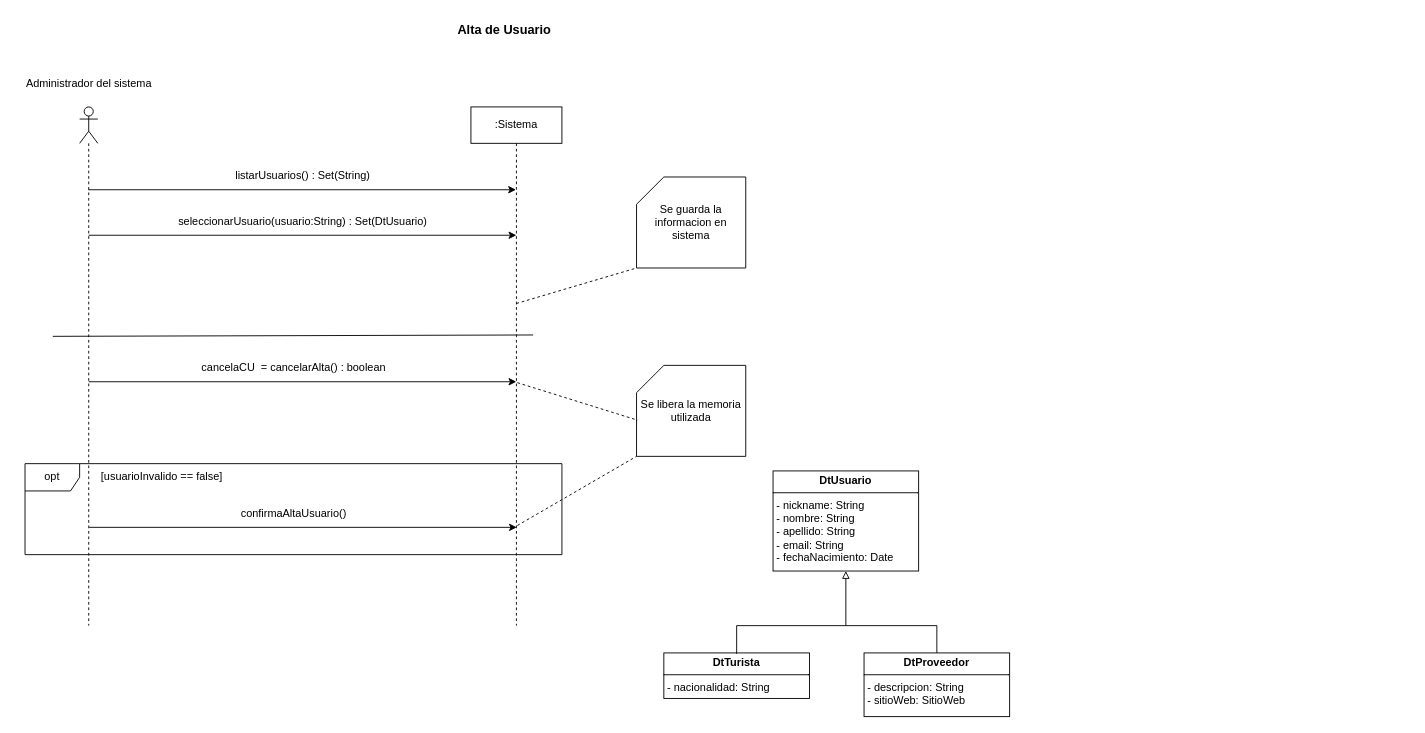
Before: page "CU2_ConsultaUsuario" (3 of 8) of resources/Tarea1.drawio in rofernandezm/Tencnoinf_Pap2025_Tarea1, a draw.io diagram. Source tidied: cells renumbered, new cells numbered last; positions are measured from the earlier drawing's top-left corner, leaving out a move shared by most shapes. Both pictures are drawn from the tidied source at 91%, with x=0, y=0 at pixel (15, 15).
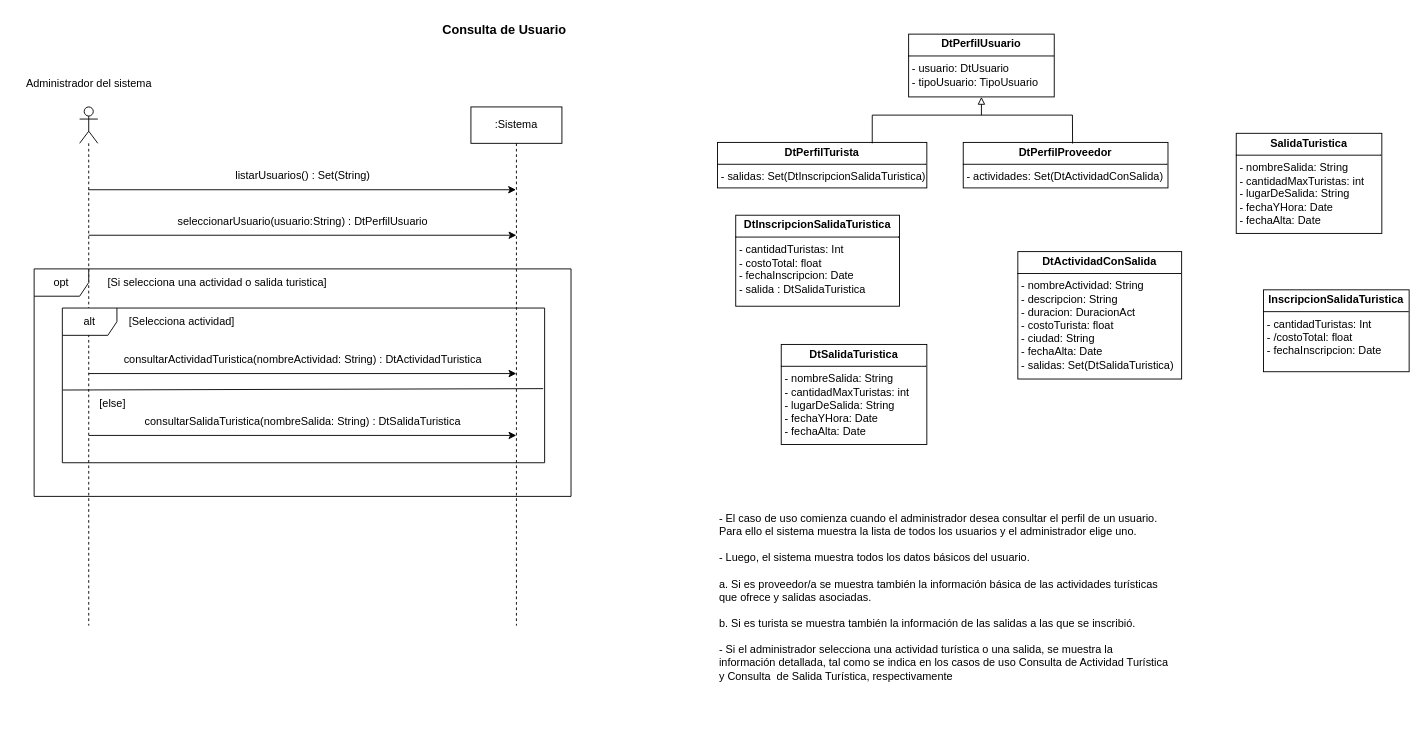
The same page after the edit.

The edit, as a diff of the source:
```diff
@@
-    <mxCell id="5" value="Alta de Usuario" style="text;html=1;align=center;verticalAlign=middle;whiteSpace=wrap;rounded=0;fontStyle=1;fontSize=14;" parent="1" vertex="1">
+    <mxCell id="5" value="Consulta de Usuario" style="text;html=1;align=center;verticalAlign=middle;whiteSpace=wrap;rounded=0;fontStyle=1;fontSize=14;" parent="1" vertex="1">
       <mxGeometry x="452" width="170" height="30" as="geometry" />
     </mxCell>
-    <mxCell id="6" value="&lt;p style=&quot;margin:0px;margin-top:4px;text-align:center;&quot;&gt;&lt;b&gt;DtUsuario&lt;/b&gt;&lt;/p&gt;&lt;hr size=&quot;1&quot; style=&quot;border-style:solid;&quot;&gt;&lt;p style=&quot;margin:0px;margin-left:4px;&quot;&gt;- nickname: String&lt;/p&gt;&lt;p style=&quot;margin:0px;margin-left:4px;&quot;&gt;- nombre: String&lt;/p&gt;&lt;p style=&quot;margin:0px;margin-left:4px;&quot;&gt;- apellido: String&lt;/p&gt;&lt;p style=&quot;margin:0px;margin-left:4px;&quot;&gt;- email: String&lt;/p&gt;&lt;p style=&quot;margin:0px;margin-left:4px;&quot;&gt;- fechaNacimiento: Date&lt;/p&gt;" style="verticalAlign=top;align=left;overflow=fill;html=1;whiteSpace=wrap;" parent="1" vertex="1">
-      <mxGeometry x="832" y="500" width="160" height="110" as="geometry" />
+    <mxCell id="6" value="&lt;p style=&quot;margin:0px;margin-top:4px;text-align:center;&quot;&gt;&lt;b&gt;DtPerfilUsuario&lt;/b&gt;&lt;/p&gt;&lt;hr size=&quot;1&quot; style=&quot;border-style:solid;&quot;&gt;&lt;p style=&quot;margin:0px;margin-left:4px;&quot;&gt;- usuario: DtUsuario&lt;/p&gt;&lt;p style=&quot;margin:0px;margin-left:4px;&quot;&gt;- tipoUsuario: TipoUsuario&lt;/p&gt;" style="verticalAlign=top;align=left;overflow=fill;html=1;whiteSpace=wrap;" parent="1" vertex="1">
+      <mxGeometry x="981" y="20" width="160" height="69" as="geometry" />
     </mxCell>
-    <mxCell id="7" value="&lt;p style=&quot;margin:0px;margin-top:4px;text-align:center;&quot;&gt;&lt;b&gt;DtTurista&lt;/b&gt;&lt;/p&gt;&lt;hr size=&quot;1&quot; style=&quot;border-style:solid;&quot;&gt;&lt;p style=&quot;margin:0px;margin-left:4px;&quot;&gt;- nacionalidad: String&lt;/p&gt;" style="verticalAlign=top;align=left;overflow=fill;html=1;whiteSpace=wrap;" parent="1" vertex="1">
-      <mxGeometry x="712" y="700" width="160" height="50" as="geometry" />
+    <mxCell id="7" value="&lt;p style=&quot;margin:0px;margin-top:4px;text-align:center;&quot;&gt;&lt;b&gt;DtPerfilTurista&lt;/b&gt;&lt;/p&gt;&lt;hr size=&quot;1&quot; style=&quot;border-style:solid;&quot;&gt;&lt;p style=&quot;margin:0px;margin-left:4px;&quot;&gt;- salidas: Set(DtInscripcionSalidaTuristica)&lt;/p&gt;" style="verticalAlign=top;align=left;overflow=fill;html=1;whiteSpace=wrap;" parent="1" vertex="1">
+      <mxGeometry x="771" y="139" width="230" height="50" as="geometry" />
     </mxCell>
-    <mxCell id="8" value="&lt;p style=&quot;margin:0px;margin-top:4px;text-align:center;&quot;&gt;&lt;b&gt;DtProveedor&lt;/b&gt;&lt;/p&gt;&lt;hr size=&quot;1&quot; style=&quot;border-style:solid;&quot;&gt;&lt;p style=&quot;margin:0px;margin-left:4px;&quot;&gt;- descripcion: String&lt;/p&gt;&lt;p style=&quot;margin:0px;margin-left:4px;&quot;&gt;- sitioWeb: SitioWeb&lt;/p&gt;" style="verticalAlign=top;align=left;overflow=fill;html=1;whiteSpace=wrap;" parent="1" vertex="1">
-      <mxGeometry x="932" y="700" width="160" height="70" as="geometry" />
+    <mxCell id="8" value="&lt;p style=&quot;margin:0px;margin-top:4px;text-align:center;&quot;&gt;&lt;b&gt;DtPerfilProveedor&lt;/b&gt;&lt;/p&gt;&lt;hr size=&quot;1&quot; style=&quot;border-style:solid;&quot;&gt;&lt;p style=&quot;margin:0px;margin-left:4px;&quot;&gt;- actividades: Set(DtActividadConSalida)&lt;/p&gt;" style="verticalAlign=top;align=left;overflow=fill;html=1;whiteSpace=wrap;" parent="1" vertex="1">
+      <mxGeometry x="1041" y="139" width="225" height="50" as="geometry" />
     </mxCell>
-    <mxCell id="9" style="endArrow=none;html=1;rounded=0;entryX=0.5;entryY=0;entryDx=0;entryDy=0;" parent="1" edge="1" target="8">
+    <mxCell id="9" style="endArrow=none;html=1;rounded=0;entryX=0.534;entryY=0.024;entryDx=0;entryDy=0;entryPerimeter=0;" parent="1" edge="1" target="8">
       <mxGeometry relative="1" as="geometry">
-        <mxPoint x="792" y="701" as="sourcePoint" />
+        <mxPoint x="941" y="140" as="sourcePoint" />
         <Array as="points">
-          <mxPoint x="792" y="670" />
-          <mxPoint x="1012" y="670" />
+          <mxPoint x="941" y="109" />
+          <mxPoint x="1161" y="109" />
         </Array>
       </mxGeometry>
     </mxCell>
     <mxCell id="10" style="endArrow=block;html=1;rounded=0;entryX=0.5;entryY=1;entryDx=0;entryDy=0;endFill=0;" parent="1" edge="1" target="6">
       <mxGeometry relative="1" as="geometry">
-        <mxPoint x="912" y="670" as="sourcePoint" />
+        <mxPoint x="1061" y="109" as="sourcePoint" />
       </mxGeometry>
     </mxCell>
@@
-    <mxCell id="14" value="seleccionarUsuario(usuario:String) : Set(DtUsuario)" style="text;html=1;align=center;verticalAlign=middle;strokeColor=none;fillColor=none;" parent="1" vertex="1">
+    <mxCell id="14" value="seleccionarUsuario(usuario:String) : DtPerfilUsuario" style="text;html=1;align=center;verticalAlign=middle;strokeColor=none;fillColor=none;" parent="1" vertex="1">
       <mxGeometry x="165.4" y="211" width="300" height="30" as="geometry" />
     </mxCell>
-    <mxCell id="15" style="endArrow=none;html=1;rounded=0;exitX=0.001;exitY=0.53;exitDx=0;exitDy=0;exitPerimeter=0;entryX=0.997;entryY=0.521;entryDx=0;entryDy=0;entryPerimeter=0;" parent="1" edge="1">
-      <mxGeometry relative="1" as="geometry">
-        <mxPoint x="40.5" y="352.1" as="sourcePoint" />
-        <mxPoint x="568.4" y="350.6" as="targetPoint" />
-      </mxGeometry>
-    </mxCell>
-    <mxCell id="16" style="endArrow=classic;html=1;rounded=0;" parent="1" edge="1">
-      <mxGeometry relative="1" as="geometry">
-        <mxPoint x="80" y="402" as="sourcePoint" />
-        <mxPoint x="549.9" y="402" as="targetPoint" />
-      </mxGeometry>
-    </mxCell>
-    <mxCell id="17" value="cancelaCU&amp;nbsp;&amp;nbsp;= cancelarAlta() : boolean" style="text;html=1;align=center;verticalAlign=middle;strokeColor=none;fillColor=none;" parent="1" vertex="1">
-      <mxGeometry x="190" y="372" width="230" height="30" as="geometry" />
-    </mxCell>
+    <mxCell id="27" value="&lt;p style=&quot;margin:0px;margin-top:4px;text-align:center;&quot;&gt;&lt;b&gt;DtInscripcionSalidaTuristica&lt;/b&gt;&lt;/p&gt;&lt;hr size=&quot;1&quot; style=&quot;border-style:solid;&quot;&gt;&lt;p style=&quot;margin: 0px 0px 0px 4px;&quot;&gt;- cantidadTuristas: Int&lt;/p&gt;&lt;p style=&quot;margin: 0px 0px 0px 4px;&quot;&gt;- costoTotal: float&lt;/p&gt;&lt;p style=&quot;margin: 0px 0px 0px 4px;&quot;&gt;- fechaInscripcion: Date&lt;/p&gt;&lt;p style=&quot;margin: 0px 0px 0px 4px;&quot;&gt;- salida : DtSalidaTuristica&lt;/p&gt;" style="verticalAlign=top;align=left;overflow=fill;html=1;whiteSpace=wrap;" parent="1" vertex="1">
+      <mxGeometry x="791" y="219" width="180" height="100" as="geometry" />
+    </mxCell>
+    <mxCell id="28" value="&lt;p style=&quot;margin:0px;margin-top:4px;text-align:center;&quot;&gt;&lt;b&gt;DtActividadConSalida&lt;/b&gt;&lt;/p&gt;&lt;hr size=&quot;1&quot; style=&quot;border-style:solid;&quot;&gt;&lt;p style=&quot;margin:0px;margin-left:4px;&quot;&gt;- nombreActividad: String&lt;/p&gt;&lt;p style=&quot;margin:0px;margin-left:4px;&quot;&gt;- descripcion: String&lt;/p&gt;&lt;p style=&quot;margin:0px;margin-left:4px;&quot;&gt;- duracion: DuracionAct&lt;/p&gt;&lt;p style=&quot;margin:0px;margin-left:4px;&quot;&gt;- costoTurista: float&lt;/p&gt;&lt;p style=&quot;margin:0px;margin-left:4px;&quot;&gt;- ciudad: String&lt;/p&gt;&lt;p style=&quot;margin:0px;margin-left:4px;&quot;&gt;- fechaAlta: Date&lt;/p&gt;&lt;p style=&quot;margin:0px;margin-left:4px;&quot;&gt;- salidas: Set(DtSalidaTuristica)&lt;/p&gt;" style="verticalAlign=top;align=left;overflow=fill;html=1;whiteSpace=wrap;" parent="1" vertex="1">
+      <mxGeometry x="1101" y="259" width="180" height="140" as="geometry" />
+    </mxCell>
+    <mxCell id="29" value="&lt;p style=&quot;margin:0px;margin-top:4px;text-align:center;&quot;&gt;&lt;b&gt;SalidaTuristica&lt;/b&gt;&lt;/p&gt;&lt;hr size=&quot;1&quot; style=&quot;border-style:solid;&quot;&gt;&lt;p style=&quot;margin:0px;margin-left:4px;&quot;&gt;- nombreSalida: String&lt;/p&gt;&lt;p style=&quot;margin:0px;margin-left:4px;&quot;&gt;- cantidadMaxTuristas: int&lt;/p&gt;&lt;p style=&quot;margin:0px;margin-left:4px;&quot;&gt;- lugarDeSalida: String&lt;/p&gt;&lt;p style=&quot;margin:0px;margin-left:4px;&quot;&gt;- fechaYHora: Date&lt;/p&gt;&lt;p style=&quot;margin:0px;margin-left:4px;&quot;&gt;- fechaAlta: Date&lt;/p&gt;" style="verticalAlign=top;align=left;overflow=fill;html=1;whiteSpace=wrap;" parent="1" vertex="1">
+      <mxGeometry x="1341" y="129" width="160" height="110" as="geometry" />
+    </mxCell>
+    <mxCell id="30" value="&lt;p style=&quot;margin:0px;margin-top:4px;text-align:center;&quot;&gt;&lt;b&gt;InscripcionSalidaTuristica&lt;/b&gt;&lt;/p&gt;&lt;hr size=&quot;1&quot; style=&quot;border-style:solid;&quot;&gt;&lt;p style=&quot;margin:0px;margin-left:4px;&quot;&gt;- cantidadTuristas: Int&lt;/p&gt;&lt;p style=&quot;margin:0px;margin-left:4px;&quot;&gt;- /costoTotal: float&lt;/p&gt;&lt;p style=&quot;margin:0px;margin-left:4px;&quot;&gt;- fechaInscripcion: Date&lt;/p&gt;" style="verticalAlign=top;align=left;overflow=fill;html=1;whiteSpace=wrap;" parent="1" vertex="1">
+      <mxGeometry x="1371" y="301" width="160" height="90" as="geometry" />
+    </mxCell>
+    <mxCell id="31" value="- El caso de uso comienza cuando el administrador desea consultar el perfil de un usuario. Para ello el sistema muestra la lista de todos los usuarios y el administrador elige uno. &#10;&#10;- Luego, el sistema muestra todos los datos básicos del usuario. &#10;&#10;a. Si es proveedor/a se muestra también la información básica de las actividades turísticas que ofrece y salidas asociadas. &#10;&#10;b. Si es turista se muestra también la información de las salidas a las que se inscribió. &#10;&#10;- Si el administrador selecciona una actividad turística o una salida, se muestra la información detallada, tal como se indica en los casos de uso Consulta de Actividad Turística y Consulta  de Salida Turística, respectivamente" style="text;whiteSpace=wrap;" parent="1" vertex="1">
+      <mxGeometry x="771" y="539" width="500" height="210" as="geometry" />
+    </mxCell>
     <mxCell id="18" value="opt" style="shape=umlFrame;whiteSpace=wrap;html=1;" parent="1" vertex="1">
-      <mxGeometry x="10" y="492" width="590" height="100" as="geometry" />
+      <mxGeometry x="20" y="278" width="590" height="250" as="geometry" />
     </mxCell>
-    <mxCell id="19" style="endArrow=classic;html=1;rounded=0;" parent="1" edge="1">
-      <mxGeometry relative="1" as="geometry">
-        <mxPoint x="80.5" y="562" as="sourcePoint" />
-        <mxPoint x="550.4" y="562" as="targetPoint" />
-      </mxGeometry>
-    </mxCell>
-    <mxCell id="20" value="confirmaAltaUsuario()" style="text;html=1;align=center;verticalAlign=middle;strokeColor=none;fillColor=none;" parent="1" vertex="1">
-      <mxGeometry x="235" y="532" width="140" height="30" as="geometry" />
-    </mxCell>
-    <mxCell id="21" value="[usuarioInvalido == false]" style="text;html=1;align=center;verticalAlign=middle;strokeColor=none;fillColor=none;" parent="1" vertex="1">
-      <mxGeometry x="80" y="492" width="160" height="30" as="geometry" />
-    </mxCell>
-    <mxCell id="22" value="Se libera la memoria utilizada" style="shape=card;whiteSpace=wrap;html=1;" parent="1" vertex="1">
-      <mxGeometry x="682" y="384" width="120" height="100" as="geometry" />
-    </mxCell>
-    <mxCell id="23" style="endArrow=none;html=1;rounded=0;entryX=0.008;entryY=0.602;entryDx=0;entryDy=0;entryPerimeter=0;dashed=1;" parent="1" edge="1" target="22">
-      <mxGeometry relative="1" as="geometry">
-        <mxPoint x="551" y="403" as="sourcePoint" />
-      </mxGeometry>
-    </mxCell>
-    <mxCell id="24" style="endArrow=none;html=1;rounded=0;entryX=0;entryY=1;entryDx=0;entryDy=0;entryPerimeter=0;dashed=1;" parent="1" edge="1" target="22">
-      <mxGeometry relative="1" as="geometry">
-        <mxPoint x="551" y="560" as="sourcePoint" />
-      </mxGeometry>
-    </mxCell>
-    <mxCell id="25" value="Se guarda la informacion en sistema" style="shape=card;whiteSpace=wrap;html=1;" parent="1" vertex="1">
-      <mxGeometry x="682" y="177" width="120" height="100" as="geometry" />
-    </mxCell>
-    <mxCell id="26" style="endArrow=none;html=1;rounded=0;entryX=0;entryY=1;entryDx=0;entryDy=0;entryPerimeter=0;dashed=1;" parent="1" edge="1" target="25">
-      <mxGeometry relative="1" as="geometry">
-        <mxPoint x="550" y="316" as="sourcePoint" />
-      </mxGeometry>
-    </mxCell>
+    <mxCell id="32" value="[Si selecciona una actividad o salida turistica]" style="text;html=1;align=center;verticalAlign=middle;strokeColor=none;fillColor=none;" parent="1" vertex="1">
+      <mxGeometry x="91" y="278" width="260" height="30" as="geometry" />
+    </mxCell>
+    <mxCell id="33" value="alt" style="shape=umlFrame;whiteSpace=wrap;html=1;" parent="1" vertex="1">
+      <mxGeometry x="51" y="321" width="530" height="170" as="geometry" />
+    </mxCell>
+    <mxCell id="34" style="endArrow=classic;html=1;rounded=0;" parent="1" edge="1">
+      <mxGeometry relative="1" as="geometry">
+        <mxPoint x="80" y="393" as="sourcePoint" />
+        <mxPoint x="549.9" y="393" as="targetPoint" />
+      </mxGeometry>
+    </mxCell>
+    <mxCell id="35" value="consultarActividadTuristica(nombreActividad: String) : DtActividadTuristica" style="text;html=1;align=center;verticalAlign=middle;strokeColor=none;fillColor=none;" parent="1" vertex="1">
+      <mxGeometry x="105" y="363" width="420" height="30" as="geometry" />
+    </mxCell>
+    <mxCell id="36" style="endArrow=none;html=1;rounded=0;exitX=0.001;exitY=0.53;exitDx=0;exitDy=0;exitPerimeter=0;entryX=0.997;entryY=0.521;entryDx=0;entryDy=0;entryPerimeter=0;" parent="1" edge="1" source="33" target="33">
+      <mxGeometry relative="1" as="geometry" />
+    </mxCell>
+    <mxCell id="37" style="endArrow=classic;html=1;rounded=0;" parent="1" edge="1">
+      <mxGeometry relative="1" as="geometry">
+        <mxPoint x="80" y="461" as="sourcePoint" />
+        <mxPoint x="549.9" y="461" as="targetPoint" />
+      </mxGeometry>
+    </mxCell>
+    <mxCell id="38" value="consultarSalidaTuristica(nombreSalida: String) :&amp;nbsp;DtSalidaTuristica" style="text;html=1;align=center;verticalAlign=middle;strokeColor=none;fillColor=none;" parent="1" vertex="1">
+      <mxGeometry x="130.4" y="431" width="370" height="30" as="geometry" />
+    </mxCell>
+    <mxCell id="39" value="[Selecciona actividad]" style="text;html=1;align=center;verticalAlign=middle;strokeColor=none;fillColor=none;" parent="1" vertex="1">
+      <mxGeometry x="112" y="321" width="140" height="30" as="geometry" />
+    </mxCell>
+    <mxCell id="40" value="[else]" style="text;html=1;align=center;verticalAlign=middle;strokeColor=none;fillColor=none;" parent="1" vertex="1">
+      <mxGeometry x="81" y="411" width="50" height="30" as="geometry" />
+    </mxCell>
+    <mxCell id="41" value="&lt;p style=&quot;margin:0px;margin-top:4px;text-align:center;&quot;&gt;&lt;b&gt;DtSalidaTuristica&lt;/b&gt;&lt;/p&gt;&lt;hr size=&quot;1&quot; style=&quot;border-style:solid;&quot;&gt;&lt;p style=&quot;margin:0px;margin-left:4px;&quot;&gt;- nombreSalida: String&lt;/p&gt;&lt;p style=&quot;margin:0px;margin-left:4px;&quot;&gt;- cantidadMaxTuristas: int&lt;/p&gt;&lt;p style=&quot;margin:0px;margin-left:4px;&quot;&gt;- lugarDeSalida: String&lt;/p&gt;&lt;p style=&quot;margin:0px;margin-left:4px;&quot;&gt;- fechaYHora: Date&lt;/p&gt;&lt;p style=&quot;margin:0px;margin-left:4px;&quot;&gt;- fechaAlta: Date&lt;/p&gt;" style="verticalAlign=top;align=left;overflow=fill;html=1;whiteSpace=wrap;" parent="1" vertex="1">
+      <mxGeometry x="841" y="361" width="160" height="110" as="geometry" />
+    </mxCell>
```
